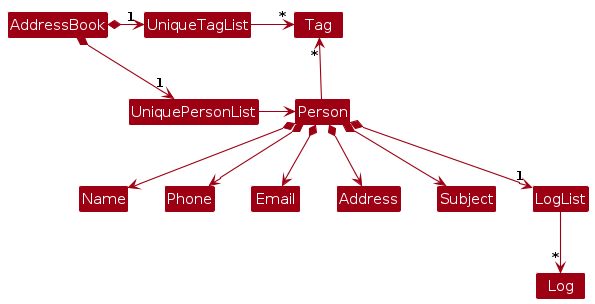
The PlantUML diagram diagrams/BetterModelClassDiagram.png in MarcusGitty/tp, before a commit. Its source is kept beside it as diagrams/BetterModelClassDiagram.puml.
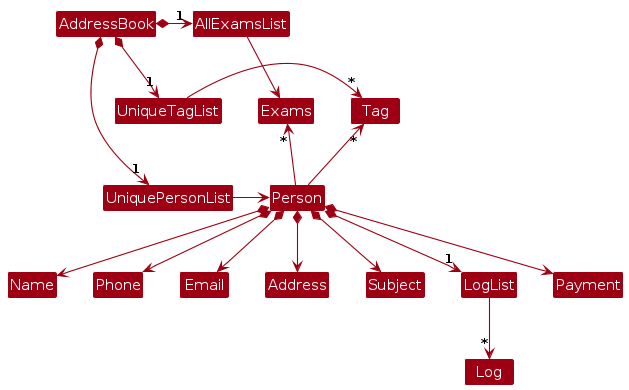
The same file after the commit.

Change to the diagram source:
```diff
@@ -6,13 +6,17 @@
 
 AddressBook *-right-> "1" UniquePersonList
 AddressBook *-right-> "1" UniqueTagList
+AddressBook *-right-> "1" AllExamsList
+AllExamsList -[hidden]down- UniqueTagList
 UniqueTagList -[hidden]down- UniquePersonList
 UniqueTagList -[hidden]down- UniquePersonList
 
 UniqueTagList -right-> "*" Tag
 UniquePersonList -right-> Person
+AllExamsList -right-> Exams
 
 Person -up-> "*" Tag
+Person -up-> "*" Exams
 
 Person *--> Name
 Person *--> Phone
@@ -20,6 +24,8 @@
 Person *--> Address
 Person *--> Subject
 Person *--> "1" LogList
+Person *--> Payment
+
 LogList -down-> "*" Log
 
 @enduml
```
